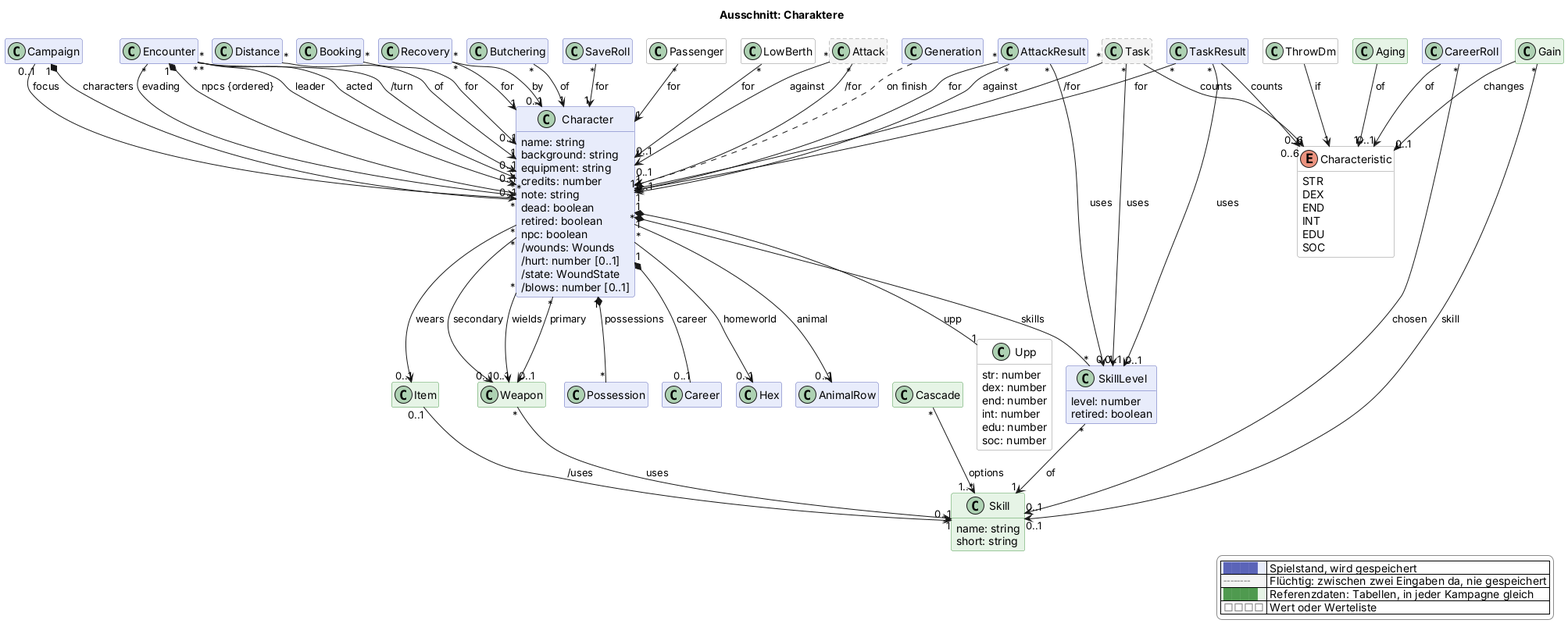
This is docs/views/charakter.png from scuzzar/SRE, a PlantUML export, as it was before one commit.
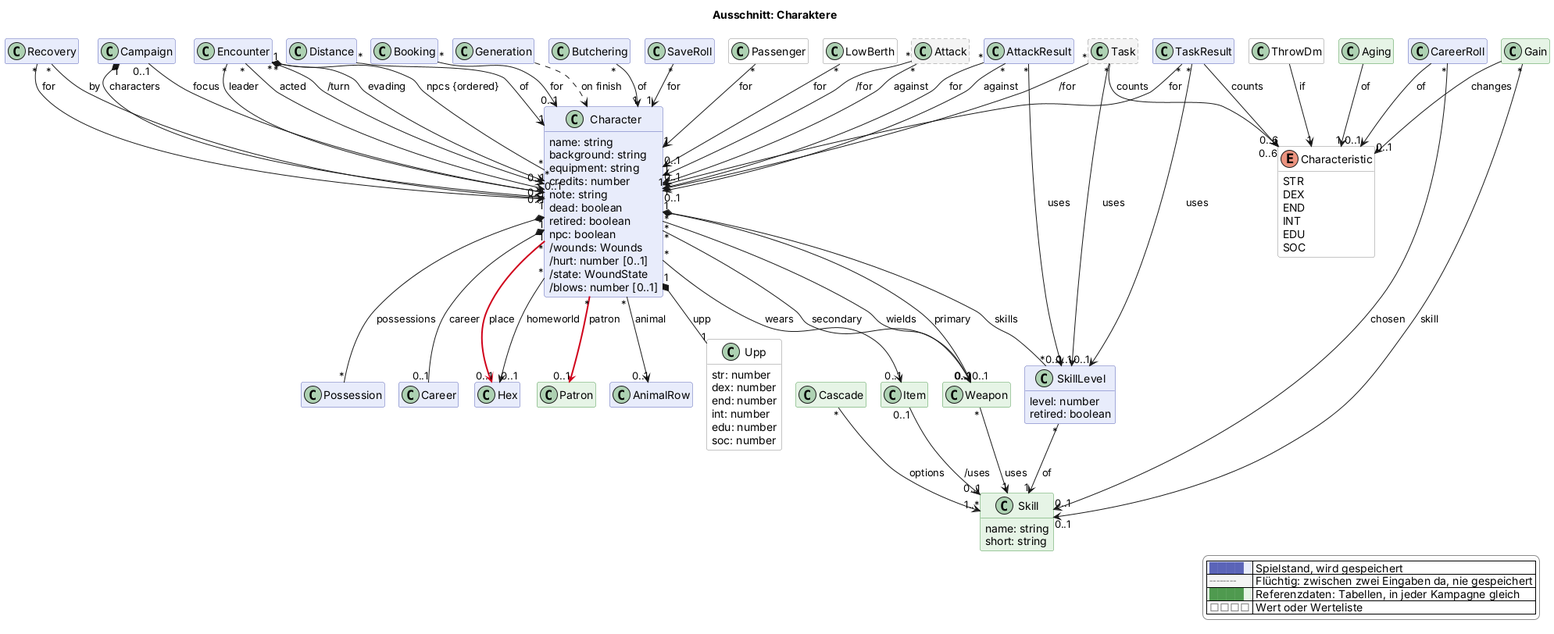
Above is the later version.

Change to the diagram source:
```diff
@@ -115,6 +115,7 @@
   class Recovery $kampf
   class Encounter $begegnung
   class Distance $begegnung
+  class Patron <<reference>> $begegnung
   class AnimalRow $begegnung
 
   class Skill <<reference>> $charakter {
@@ -146,6 +147,8 @@
 Generation ..> Character : on finish
 Character "1" *-- "0..1" Career : career
 Character "*" --> "0..1" Hex : homeworld
+Character "*" -$newArrow("2026-11-14")-> "0..1" Hex : place
+Character "*" -$newArrow("2026-11-14")-> "0..1" Patron : patron
 CareerRoll --> "0..1" Characteristic : of
 CareerRoll "*" --> "0..1" Skill : chosen
 
```
